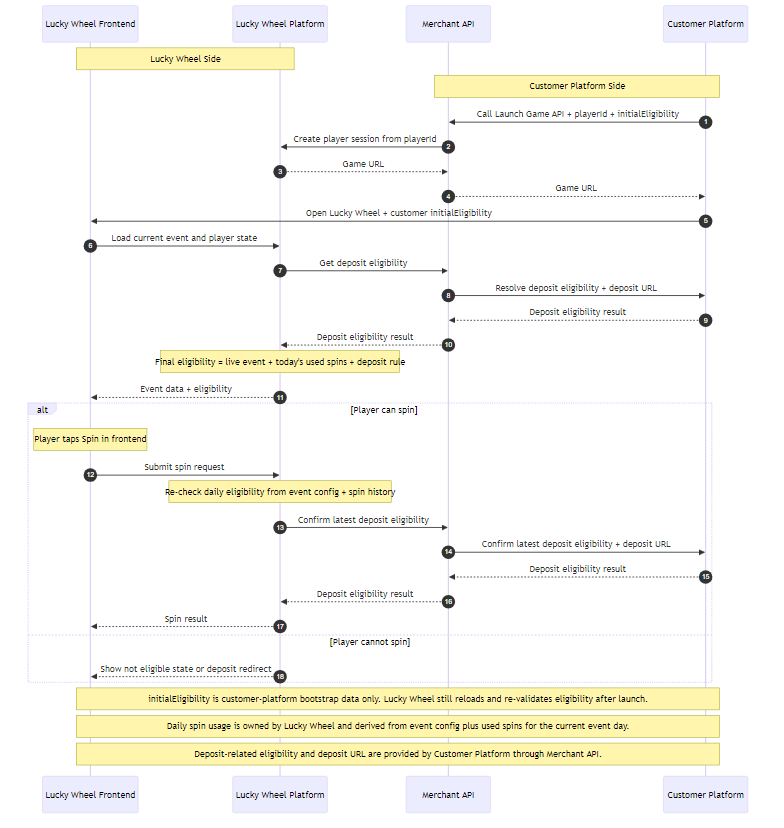
Above: LuckyWheel_Dataflow_Diagram_Public.png in ElricStormking/LuckyWheelLeaderboard (Mermaid), before the change. Its source is kept beside it as LuckyWheel_Dataflow_Diagram_Public.mmd.
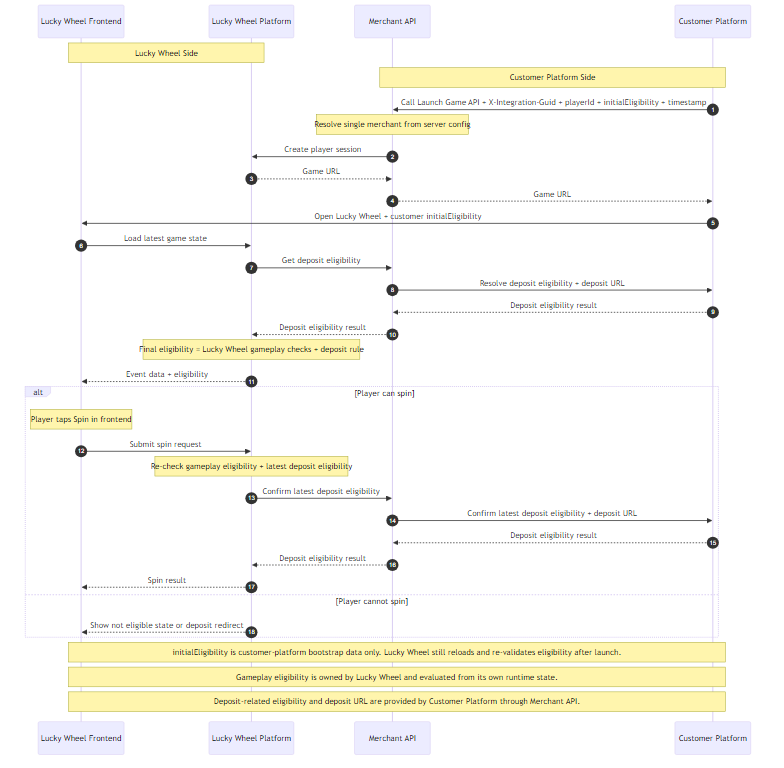
The same diagram one commit later.

The edit, as a diff of the source:
```diff
@@ -8,24 +8,25 @@
     Note over LWF,LWP: Lucky Wheel Side
     Note over MAP,CP: Customer Platform Side
 
-    CP->>MAP: Call Launch Game API + playerId + initialEligibility
-    MAP->>LWP: Create player session from playerId
+    CP->>MAP: Call Launch Game API + X-Integration-Guid + playerId + initialEligibility + timestamp
+    Note over MAP: Resolve single merchant from server config
+    MAP->>LWP: Create player session
     LWP-->>MAP: Game URL
     MAP-->>CP: Game URL
     CP->>LWF: Open Lucky Wheel + customer initialEligibility
 
-    LWF->>LWP: Load current event and player state
+    LWF->>LWP: Load latest game state
     LWP->>MAP: Get deposit eligibility
     MAP->>CP: Resolve deposit eligibility + deposit URL
     CP-->>MAP: Deposit eligibility result
     MAP-->>LWP: Deposit eligibility result
-    Note over LWP: Final eligibility = live event + today's used spins + deposit rule
+    Note over LWP: Final eligibility = Lucky Wheel gameplay checks + deposit rule
     LWP-->>LWF: Event data + eligibility
 
     alt Player can spin
         Note over LWF: Player taps Spin in frontend
         LWF->>LWP: Submit spin request
-        Note over LWP: Re-check daily eligibility from event config + spin history
+        Note over LWP: Re-check gameplay eligibility + latest deposit eligibility
         LWP->>MAP: Confirm latest deposit eligibility
         MAP->>CP: Confirm latest deposit eligibility + deposit URL
         CP-->>MAP: Deposit eligibility result
@@ -36,5 +37,5 @@
     end
 
     Note over LWF,CP: initialEligibility is customer-platform bootstrap data only. Lucky Wheel still reloads and re-validates eligibility after launch.
-    Note over LWF,CP: Daily spin usage is owned by Lucky Wheel and derived from event config plus used spins for the current event day.
+    Note over LWF,CP: Gameplay eligibility is owned by Lucky Wheel and evaluated from its own runtime state.
     Note over LWF,CP: Deposit-related eligibility and deposit URL are provided by Customer Platform through Merchant API.
```
